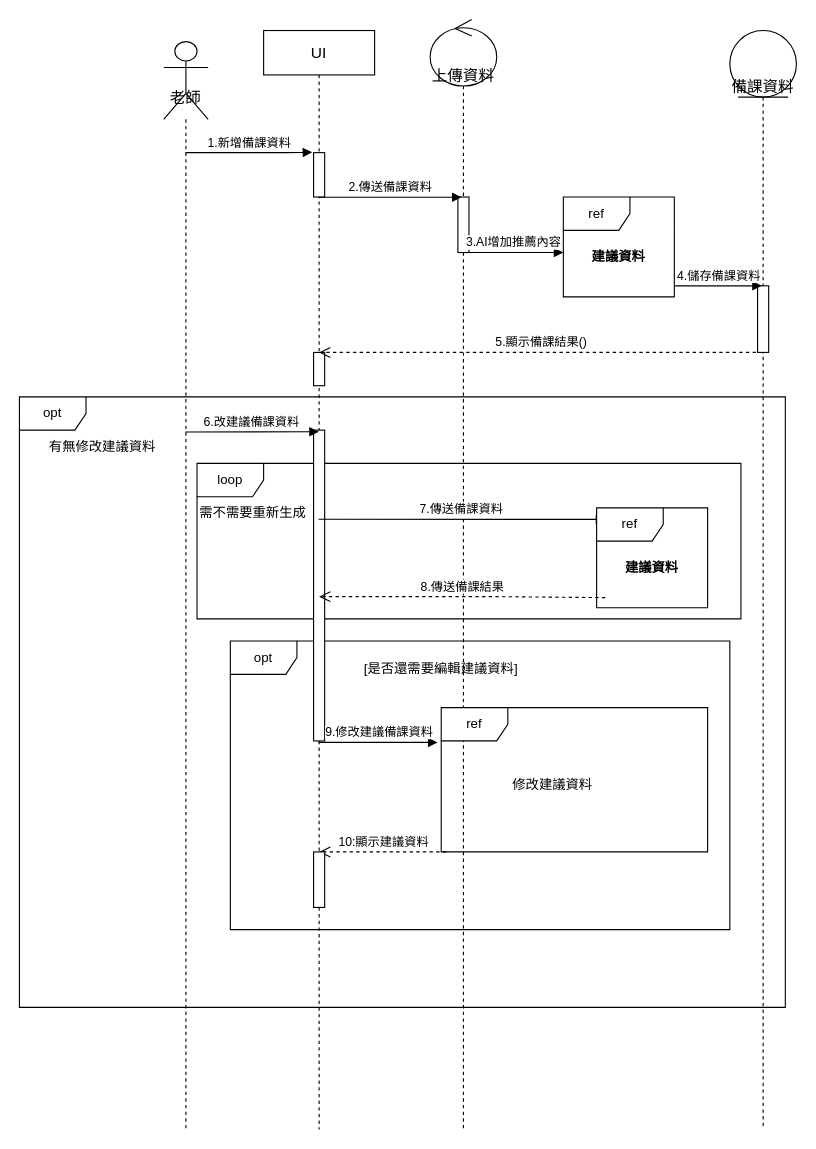
Above: AC循序圖(建立備課資料並修改建議資料).drawio in Kevincheng0804/System-analysis (draw.io), before the change. Source tidied: cells renumbered, new cells numbered last; positions are measured from the earlier drawing's top-left corner, leaving out a move shared by most shapes. Both pictures are drawn from the tidied source at 111%, with x=0, y=0 at pixel (19, 19).
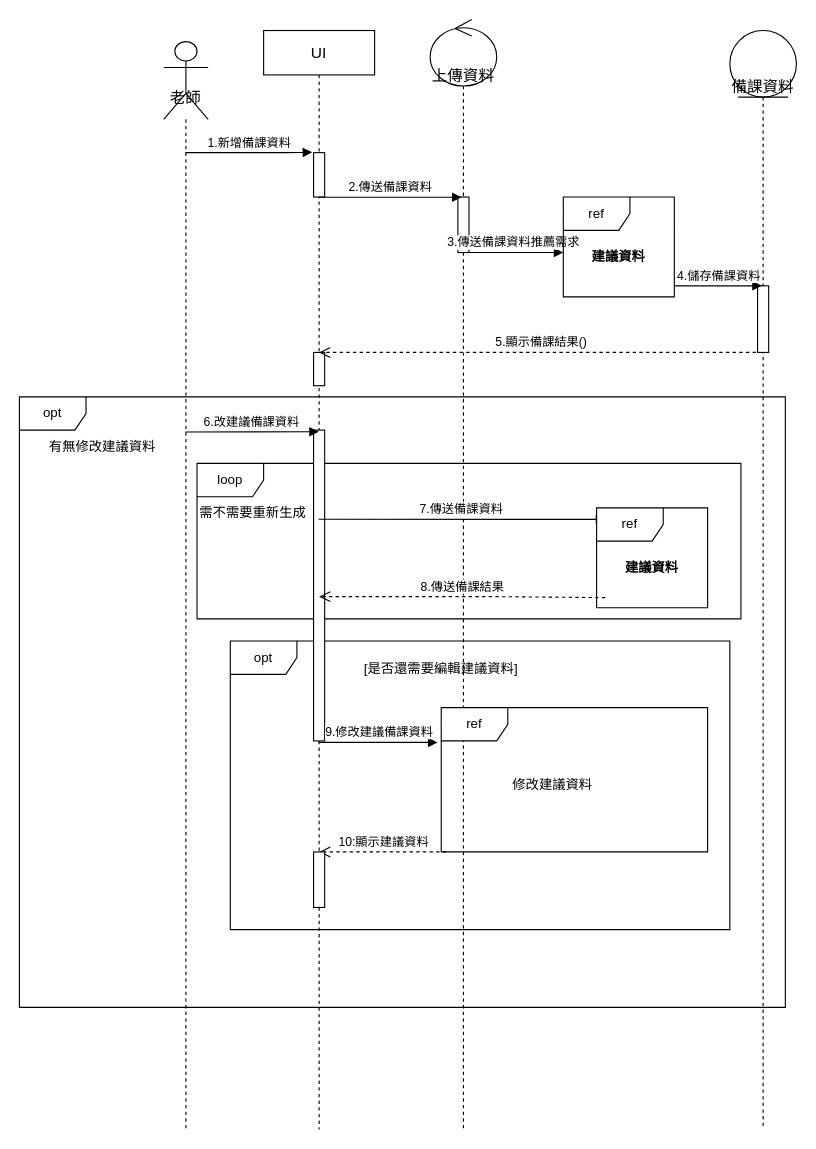
The same page after the edit.

The change refers to these unchanged cells:
```xml
<mxCell id="12" value="上傳資料" style="shape=umlLifeline;participant=umlControl;perimeter=lifelinePerimeter;whiteSpace=wrap;html=1;verticalAlign=top;spacingTop=36;outlineConnect=0;fontSize=14;size=60;align=center;" parent="1" vertex="1">
  <mxGeometry x="370" width="60" height="1000" as="geometry" />
</mxCell>
```

What changed in the source:
```diff
@@
-    <mxCell id="17" value="3.AI增加推薦內容" style="html=1;verticalAlign=bottom;startArrow=none;startFill=0;endArrow=block;startSize=8;" parent="1" edge="1" source="12">
+    <mxCell id="17" value="3.傳送備課資料推薦需求" style="html=1;verticalAlign=bottom;startArrow=none;startFill=0;endArrow=block;startSize=8;" parent="1" edge="1" source="12">
       <mxGeometry relative="1" as="geometry">
         <mxPoint x="490" y="210" as="targetPoint" />
       </mxGeometry>
     </mxCell>
```
